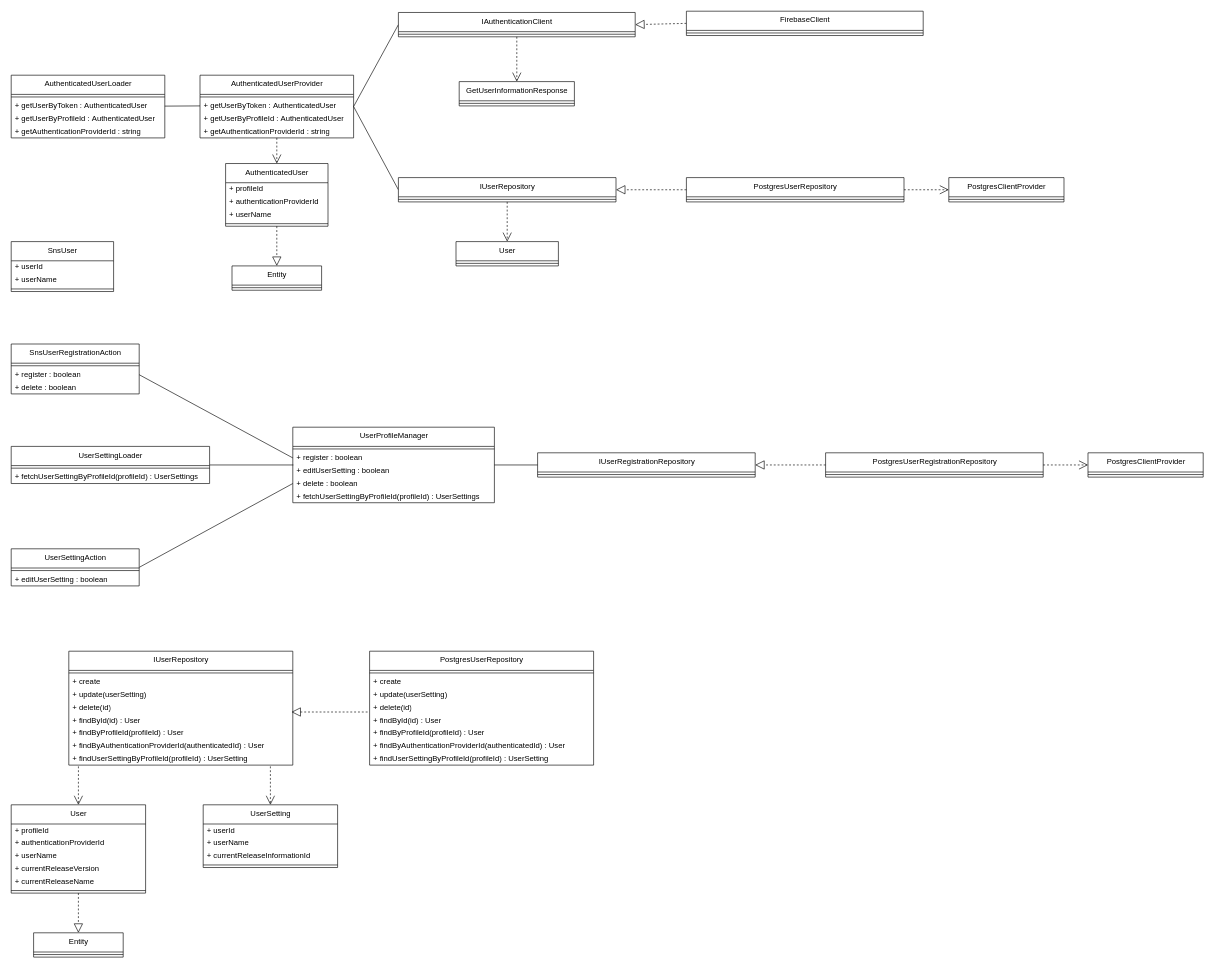
Mouwf/FF14SNS keeps this draw.io diagram as page "UserModule" (4 of 7) of project-designs/class-diagrams/ff14-sns.drawio. Above is the earlier version. Source tidied: cells renumbered, new cells numbered last; positions are measured from the earlier drawing's top-left corner, leaving out a move shared by most shapes. Both pictures are drawn from the tidied source at 64%, with x=0, y=0 at pixel (11, 11).
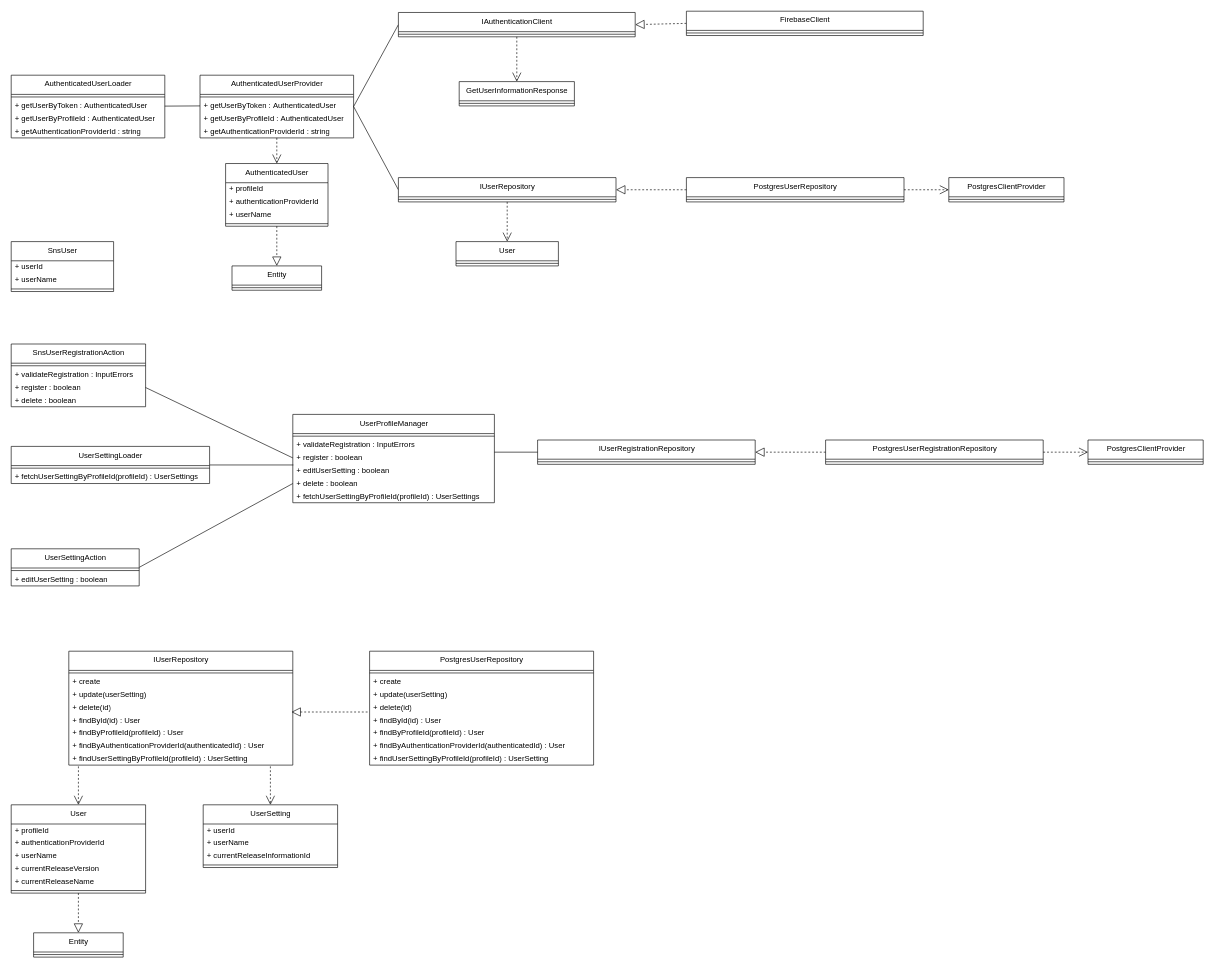
The same diagram, later.

Commit message:
クラス図のSnsUserRegistrationActionにvalidateメソッドを追加した。

What changed in the source:
```diff
@@
     <mxCell id="73" value="SnsUserRegistrationAction" style="swimlane;fontStyle=0;align=center;verticalAlign=top;horizontal=1;startSize=30;html=1;" parent="1" vertex="1">
-      <mxGeometry y="520" width="200" height="78" as="geometry" />
+      <mxGeometry y="520" width="210" height="98" as="geometry" />
     </mxCell>
     <mxCell id="74" style="line;strokeWidth=1;fillColor=none;align=left;verticalAlign=middle;spacingTop=-1;spacingLeft=3;spacingRight=3;labelPosition=right;" parent="73" vertex="1">
-      <mxGeometry y="30" width="200" height="8" as="geometry" />
+      <mxGeometry y="30" width="210" height="8" as="geometry" />
     </mxCell>
+    <mxCell id="111" value="+&amp;nbsp;validateRegistration : InputErrors" style="text;html=1;strokeColor=none;fillColor=none;align=left;verticalAlign=middle;spacingLeft=4;spacingRight=4;overflow=hidden;" parent="73" vertex="1">
+      <mxGeometry y="38" width="210" height="20" as="geometry" />
+    </mxCell>
     <mxCell id="75" value="+ register : boolean" style="text;html=1;strokeColor=none;fillColor=none;align=left;verticalAlign=middle;spacingLeft=4;spacingRight=4;overflow=hidden;points=[[0,0.5],[1,0.5]];portConstraint=eastwest;" parent="73" vertex="1">
-      <mxGeometry y="38" width="200" height="20" as="geometry" />
+      <mxGeometry y="58" width="210" height="20" as="geometry" />
     </mxCell>
     <mxCell id="76" value="+ delete : boolean" style="text;html=1;strokeColor=none;fillColor=none;align=left;verticalAlign=middle;spacingLeft=4;spacingRight=4;overflow=hidden;" parent="73" vertex="1">
-      <mxGeometry y="58" width="200" height="20" as="geometry" />
+      <mxGeometry y="78" width="210" height="20" as="geometry" />
     </mxCell>
     <mxCell id="77" value="UserProfileManager" style="swimlane;fontStyle=0;align=center;verticalAlign=top;horizontal=1;startSize=30;html=1;" parent="1" vertex="1">
-      <mxGeometry x="440" y="650" width="315" height="118" as="geometry" />
+      <mxGeometry x="440" y="630" width="315" height="138" as="geometry" />
     </mxCell>
@@
+    <mxCell id="112" value="+&amp;nbsp;validateRegistration : InputErrors" style="text;html=1;strokeColor=none;fillColor=none;align=left;verticalAlign=middle;spacingLeft=4;spacingRight=4;overflow=hidden;" parent="77" vertex="1">
+      <mxGeometry y="38" width="315" height="20" as="geometry" />
+    </mxCell>
     <mxCell id="79" value="+ register : boolean" style="text;html=1;strokeColor=none;fillColor=none;align=left;verticalAlign=middle;spacingLeft=4;spacingRight=4;overflow=hidden;points=[[0,0.5],[1,0.5]];portConstraint=eastwest;" parent="77" vertex="1">
-      <mxGeometry y="38" width="315" height="20" as="geometry" />
+      <mxGeometry y="58" width="315" height="20" as="geometry" />
     </mxCell>
     <mxCell id="80" value="+ editUserSetting : boolean" style="text;html=1;strokeColor=none;fillColor=none;align=left;verticalAlign=middle;spacingLeft=4;spacingRight=4;overflow=hidden;points=[[0,0.5],[1,0.5]];portConstraint=eastwest;" parent="77" vertex="1">
-      <mxGeometry y="58" width="315" height="20" as="geometry" />
+      <mxGeometry y="78" width="315" height="20" as="geometry" />
     </mxCell>
     <mxCell id="81" value="+ delete : boolean" style="text;html=1;strokeColor=none;fillColor=none;align=left;verticalAlign=middle;spacingLeft=4;spacingRight=4;overflow=hidden;points=[[0,0.5],[1,0.5]];portConstraint=eastwest;" parent="77" vertex="1">
-      <mxGeometry y="78" width="315" height="20" as="geometry" />
+      <mxGeometry y="98" width="315" height="20" as="geometry" />
     </mxCell>
     <mxCell id="82" value="+ fetchUserSettingByProfileId(profileId) :&amp;nbsp;&lt;span style=&quot;text-align: center;&quot;&gt;UserSettings&lt;/span&gt;" style="text;html=1;strokeColor=none;fillColor=none;align=left;verticalAlign=middle;spacingLeft=4;spacingRight=4;overflow=hidden;" parent="77" vertex="1">
-      <mxGeometry y="98" width="315" height="20" as="geometry" />
+      <mxGeometry y="118" width="315" height="20" as="geometry" />
     </mxCell>
     <mxCell id="83" value="PostgresClientProvider" style="swimlane;fontStyle=0;align=center;verticalAlign=top;horizontal=1;startSize=30;html=1;" parent="1" vertex="1">
-      <mxGeometry x="1682.5" y="690" width="180" height="38" as="geometry" />
+      <mxGeometry x="1682.5" y="670" width="180" height="38" as="geometry" />
     </mxCell>
@@
     <mxCell id="85" value="IUserRegistrationRepository" style="swimlane;fontStyle=0;align=center;verticalAlign=top;horizontal=1;startSize=30;html=1;" parent="1" vertex="1">
-      <mxGeometry x="822.5" y="690" width="340" height="38" as="geometry" />
+      <mxGeometry x="822.5" y="670" width="340" height="38" as="geometry" />
     </mxCell>
@@
     <mxCell id="87" value="PostgresUserRegistrationRepository" style="swimlane;fontStyle=0;align=center;verticalAlign=top;horizontal=1;startSize=30;html=1;" parent="1" vertex="1">
-      <mxGeometry x="1272.5" y="690" width="340" height="38" as="geometry" />
+      <mxGeometry x="1272.5" y="670" width="340" height="38" as="geometry" />
     </mxCell>
@@
     <mxCell id="91" style="edgeStyle=none;html=1;entryX=0;entryY=0.5;entryDx=0;entryDy=0;endArrow=none;endFill=0;endSize=12;" parent="1" edge="1" target="85">
       <mxGeometry relative="1" as="geometry">
-        <mxPoint x="755" y="709" as="sourcePoint" />
+        <mxPoint x="755" y="689" as="sourcePoint" />
       </mxGeometry>
     </mxCell>
```
